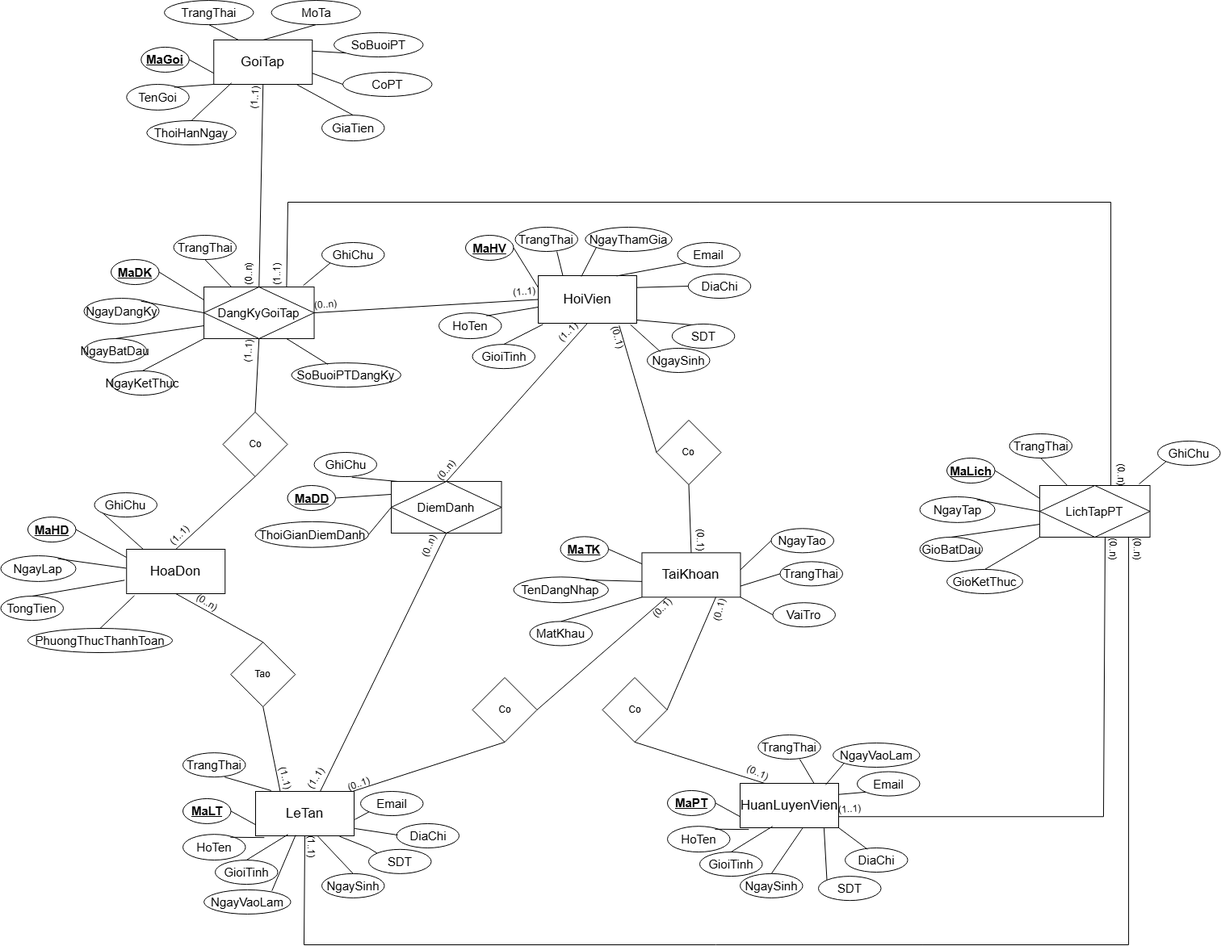
Before: docs/diagrams/ERD.png, a diagram exported from draw.io (VBao167/Gym_Management_System). Source tidied: cells renumbered, new cells last; positions are measured from the earlier drawing's top-left corner, leaving out a move shared by most shapes.
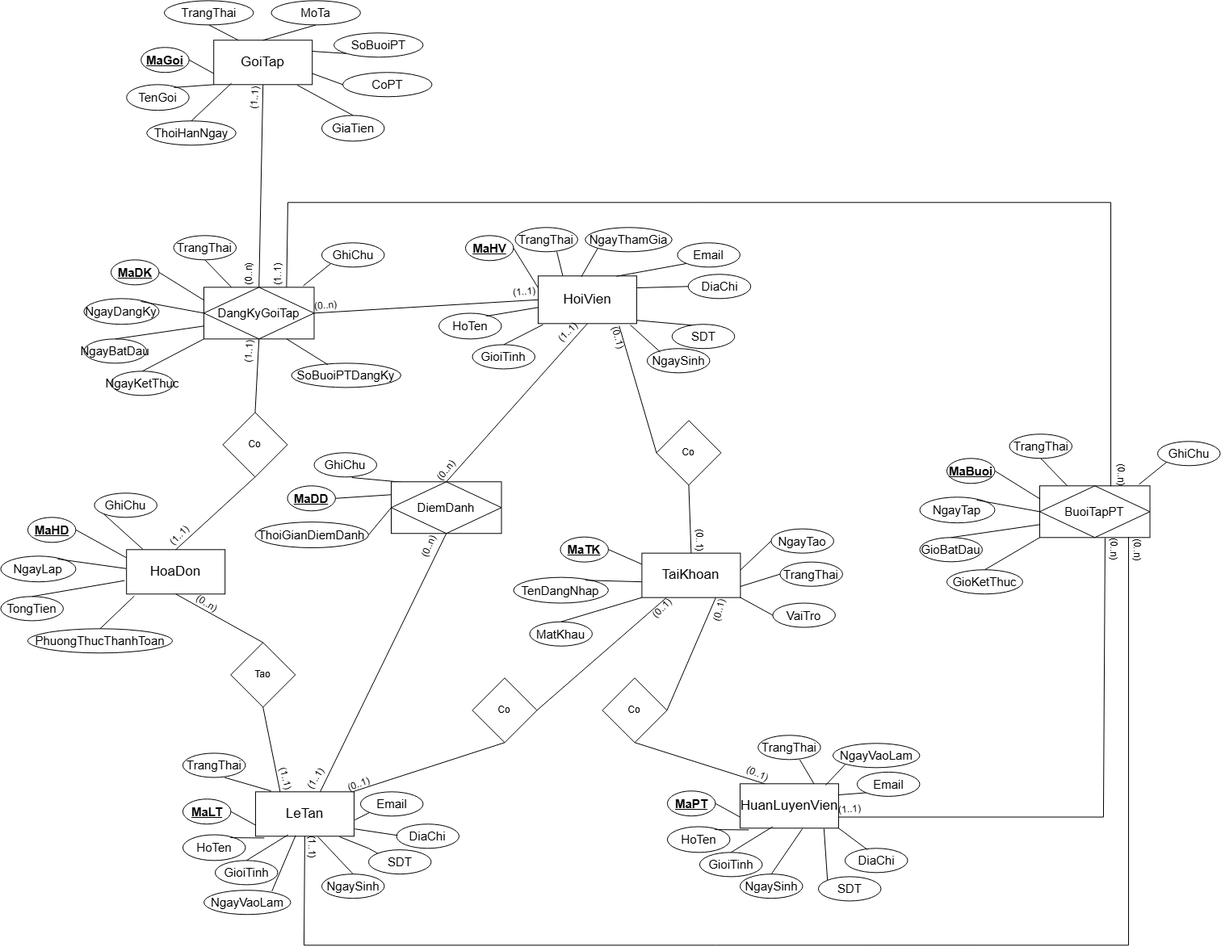
Above is the later version.

The edit, as a diff of the source:
```diff
@@ -431,7 +431,7 @@
     <mxCell id="139" value="(1..1)" style="text;html=1;whiteSpace=wrap;strokeColor=none;fillColor=none;align=center;verticalAlign=middle;rounded=0;rotation=75;" parent="2" vertex="1">
       <mxGeometry x="340.8" y="955.5" width="24" height="16.8" as="geometry" />
     </mxCell>
-    <mxCell id="140" value="&lt;span style=&quot;font-size: 15px;&quot;&gt;&lt;b&gt;&lt;u&gt;MaLich&lt;/u&gt;&lt;/b&gt;&lt;/span&gt;" style="ellipse;whiteSpace=wrap;html=1;" parent="2" vertex="1">
+    <mxCell id="140" value="&lt;span style=&quot;font-size: 15px;&quot;&gt;&lt;b&gt;&lt;u&gt;MaBuoi&lt;/u&gt;&lt;/b&gt;&lt;/span&gt;" style="ellipse;whiteSpace=wrap;html=1;" parent="2" vertex="1">
       <mxGeometry x="1171.6" y="567" width="59.5" height="31" as="geometry" />
     </mxCell>
     <mxCell id="141" value="&lt;span style=&quot;font-size: 15px;&quot;&gt;NgayTap&lt;/span&gt;" style="ellipse;whiteSpace=wrap;html=1;" parent="2" vertex="1">
@@ -467,7 +467,7 @@
     <mxCell id="151" style="endArrow=none;html=1;rounded=0;exitX=0.901;exitY=-0.028;exitDx=0;exitDy=0;entryX=0;entryY=1;entryDx=0;entryDy=0;exitPerimeter=0;" parent="2" edge="1" source="152" target="143">
       <mxGeometry relative="1" as="geometry" />
     </mxCell>
-    <mxCell id="152" value="&lt;font style=&quot;font-size: 15px;&quot;&gt;LichTapPT&lt;/font&gt;" style="shape=associativeEntity;whiteSpace=wrap;html=1;align=center;" parent="2" vertex="1">
+    <mxCell id="152" value="&lt;font style=&quot;font-size: 15px;&quot;&gt;BuoiTapPT&lt;/font&gt;" style="shape=associativeEntity;whiteSpace=wrap;html=1;align=center;" parent="2" vertex="1">
       <mxGeometry x="1286.6" y="601" width="136.5" height="64" as="geometry" />
     </mxCell>
     <mxCell id="153" style="endArrow=none;html=1;rounded=0;exitX=0.5;exitY=1;exitDx=0;exitDy=0;curved=0;entryX=0.806;entryY=0.99;entryDx=0;entryDy=0;entryPerimeter=0;" parent="2" edge="1" source="20" target="152">
```
